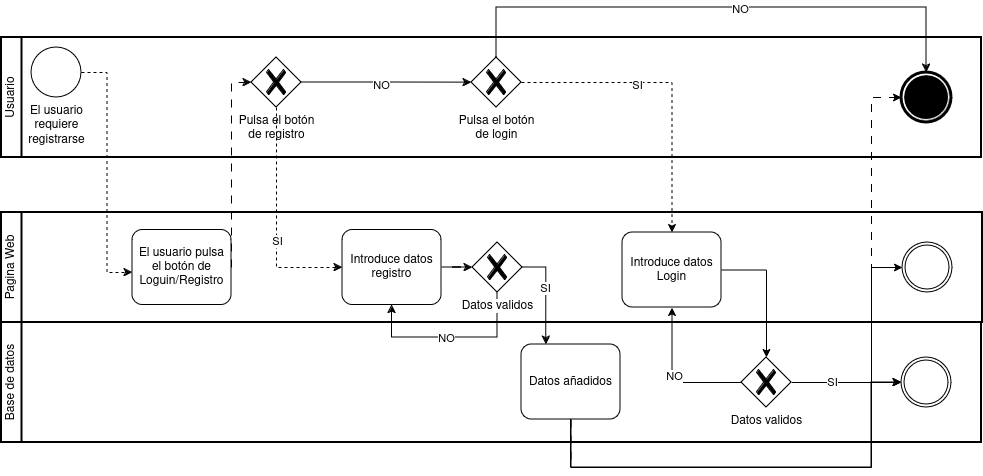
This is BPMN/LoginDrawio.png from luciarinconpozo/Cibercafe, a draw.io export, as it was before one commit. Source tidied: cells renumbered, new cells last; positions are measured from the earlier drawing's top-left corner, leaving out a move shared by most shapes. Its diagram source:
```xml
<mxGraphModel>
  <root>
    <mxCell id="0" />
    <mxCell id="1" parent="0" />
    <mxCell id="2" value="Base de datos" style="swimlane;html=1;startSize=20;fontStyle=0;horizontal=0;swimlaneLine=1;swimlaneFillColor=#ffffff;strokeWidth=2;whiteSpace=wrap;" parent="1" vertex="1">
      <mxGeometry y="315" width="980" height="120" as="geometry" />
    </mxCell>
    <mxCell id="3" value="Datos añadidos" style="rounded=1;whiteSpace=wrap;html=1;absoluteArcSize=1;arcSize=20;horizontal=1;" parent="2" vertex="1">
      <mxGeometry x="520" y="22" width="99" height="75" as="geometry" />
    </mxCell>
    <mxCell id="4" style="edgeStyle=orthogonalEdgeStyle;rounded=0;jettySize=auto;html=1;exitX=1;exitY=0.5;exitDx=0;exitDy=0;exitPerimeter=0;" parent="2" edge="1" source="6" target="7">
      <mxGeometry relative="1" as="geometry" />
    </mxCell>
    <mxCell id="5" value="SI" style="edgeLabel;html=1;align=center;verticalAlign=middle;" parent="4" vertex="1">
      <mxGeometry x="-0.28" y="1" relative="1" as="geometry" />
    </mxCell>
    <mxCell id="6" value="Datos validos" style="points=[[0.25,0.25,0],[0.5,0,0],[0.75,0.25,0],[1,0.5,0],[0.75,0.75,0],[0.5,1,0],[0.25,0.75,0],[0,0.5,0]];shape=mxgraph.bpmn.gateway2;html=1;verticalLabelPosition=bottom;labelBackgroundColor=#ffffff;verticalAlign=top;align=center;perimeter=rhombusPerimeter;outlineConnect=0;outline=none;symbol=none;gwType=exclusive;" parent="2" vertex="1">
      <mxGeometry x="740" y="35" width="50" height="50" as="geometry" />
    </mxCell>
    <mxCell id="7" style="points=[[0.145,0.145,0],[0.5,0,0],[0.855,0.145,0],[1,0.5,0],[0.855,0.855,0],[0.5,1,0],[0.145,0.855,0],[0,0.5,0]];shape=mxgraph.bpmn.event;html=1;verticalLabelPosition=bottom;labelBackgroundColor=#ffffff;verticalAlign=top;align=center;perimeter=ellipsePerimeter;outlineConnect=0;outline=throwing;symbol=general;" parent="2" vertex="1">
      <mxGeometry x="900" y="35" width="50" height="50" as="geometry" />
    </mxCell>
    <mxCell id="8" style="edgeStyle=orthogonalEdgeStyle;rounded=0;jettySize=auto;html=1;exitX=0.5;exitY=1;exitDx=0;exitDy=0;entryX=0;entryY=0.5;entryDx=0;entryDy=0;entryPerimeter=0;" parent="2" edge="1" source="3" target="7">
      <mxGeometry relative="1" as="geometry">
        <Array as="points">
          <mxPoint x="569" y="145" />
          <mxPoint x="870" y="145" />
          <mxPoint x="870" y="60" />
        </Array>
      </mxGeometry>
    </mxCell>
    <mxCell id="9" value="Pagina Web" style="swimlane;html=1;startSize=20;fontStyle=0;horizontal=0;swimlaneLine=1;swimlaneFillColor=#ffffff;strokeWidth=2;whiteSpace=wrap;" parent="1" vertex="1">
      <mxGeometry y="205" width="981" height="110" as="geometry" />
    </mxCell>
    <mxCell id="10" value="&lt;div&gt;El usuario pulsa &lt;br&gt;&lt;/div&gt;&lt;div&gt;el botón de &lt;br&gt;&lt;/div&gt;&lt;div&gt;Loguin/Registro&lt;br&gt;&lt;/div&gt;" style="rounded=1;whiteSpace=wrap;html=1;absoluteArcSize=1;arcSize=20;horizontal=1;" parent="9" vertex="1">
      <mxGeometry x="131" y="17.5" width="99" height="75" as="geometry" />
    </mxCell>
    <mxCell id="11" style="edgeStyle=orthogonalEdgeStyle;rounded=0;jettySize=auto;html=1;exitX=1;exitY=0.5;exitDx=0;exitDy=0;" parent="9" edge="1" source="12" target="15">
      <mxGeometry relative="1" as="geometry" />
    </mxCell>
    <mxCell id="12" value="&lt;div&gt;Introduce datos&lt;/div&gt;&lt;div&gt;registro &lt;br&gt;&lt;/div&gt;" style="rounded=1;whiteSpace=wrap;html=1;absoluteArcSize=1;arcSize=20;horizontal=1;" parent="9" vertex="1">
      <mxGeometry x="341" y="17.5" width="99" height="75" as="geometry" />
    </mxCell>
    <mxCell id="13" style="edgeStyle=orthogonalEdgeStyle;rounded=0;jettySize=auto;html=1;exitX=0.5;exitY=1;exitDx=0;exitDy=0;exitPerimeter=0;entryX=0.5;entryY=1;entryDx=0;entryDy=0;" parent="9" edge="1" source="15" target="12">
      <mxGeometry relative="1" as="geometry">
        <Array as="points">
          <mxPoint x="496" y="125" />
          <mxPoint x="391" y="125" />
        </Array>
      </mxGeometry>
    </mxCell>
    <mxCell id="14" value="NO" style="edgeLabel;html=1;align=center;verticalAlign=middle;" parent="13" vertex="1">
      <mxGeometry x="0.07" relative="1" as="geometry" />
    </mxCell>
    <mxCell id="15" value="Datos validos" style="points=[[0.25,0.25,0],[0.5,0,0],[0.75,0.25,0],[1,0.5,0],[0.75,0.75,0],[0.5,1,0],[0.25,0.75,0],[0,0.5,0]];shape=mxgraph.bpmn.gateway2;html=1;verticalLabelPosition=bottom;labelBackgroundColor=#ffffff;verticalAlign=top;align=center;perimeter=rhombusPerimeter;outlineConnect=0;outline=none;symbol=none;gwType=exclusive;" parent="9" vertex="1">
      <mxGeometry x="471" y="30" width="50" height="50" as="geometry" />
    </mxCell>
    <mxCell id="16" style="points=[[0.145,0.145,0],[0.5,0,0],[0.855,0.145,0],[1,0.5,0],[0.855,0.855,0],[0.5,1,0],[0.145,0.855,0],[0,0.5,0]];shape=mxgraph.bpmn.event;html=1;verticalLabelPosition=bottom;labelBackgroundColor=#ffffff;verticalAlign=top;align=center;perimeter=ellipsePerimeter;outlineConnect=0;outline=throwing;symbol=general;" parent="9" vertex="1">
      <mxGeometry x="901" y="30" width="50" height="50" as="geometry" />
    </mxCell>
    <mxCell id="17" value="&lt;div&gt;Introduce datos&lt;/div&gt;&lt;div&gt;Login&lt;br&gt;&lt;/div&gt;" style="rounded=1;whiteSpace=wrap;html=1;absoluteArcSize=1;arcSize=20;horizontal=1;" parent="9" vertex="1">
      <mxGeometry x="621" y="20" width="99" height="75" as="geometry" />
    </mxCell>
    <mxCell id="18" value="Usuario" style="swimlane;html=1;startSize=20;fontStyle=0;horizontal=0;swimlaneLine=1;swimlaneFillColor=#ffffff;strokeWidth=2;whiteSpace=wrap;" parent="1" vertex="1">
      <mxGeometry y="30" width="980" height="120" as="geometry" />
    </mxCell>
    <mxCell id="19" value="&lt;div&gt;El usuario &lt;br&gt;&lt;/div&gt;&lt;div&gt;requiere &lt;br&gt;&lt;/div&gt;&lt;div&gt;registrarse&lt;br&gt;&lt;/div&gt;" style="points=[[0.145,0.145,0],[0.5,0,0],[0.855,0.145,0],[1,0.5,0],[0.855,0.855,0],[0.5,1,0],[0.145,0.855,0],[0,0.5,0]];shape=mxgraph.bpmn.event;html=1;verticalLabelPosition=bottom;labelBackgroundColor=#ffffff;verticalAlign=top;align=center;perimeter=ellipsePerimeter;outlineConnect=0;outline=standard;symbol=general;" parent="18" vertex="1">
      <mxGeometry x="30" y="10" width="50" height="50" as="geometry" />
    </mxCell>
    <mxCell id="20" style="edgeStyle=orthogonalEdgeStyle;rounded=0;jettySize=auto;html=1;exitX=1;exitY=0.5;exitDx=0;exitDy=0;exitPerimeter=0;" parent="18" edge="1" source="22">
      <mxGeometry relative="1" as="geometry">
        <mxPoint x="470" y="45.1" as="targetPoint" />
      </mxGeometry>
    </mxCell>
    <mxCell id="21" value="NO" style="edgeLabel;html=1;align=center;verticalAlign=middle;" parent="20" vertex="1">
      <mxGeometry x="-0.08" y="-2" relative="1" as="geometry" />
    </mxCell>
    <mxCell id="22" value="&lt;div&gt;Pulsa el botón &lt;br&gt;&lt;/div&gt;&lt;div&gt;de registro&lt;br&gt;&lt;/div&gt;" style="points=[[0.25,0.25,0],[0.5,0,0],[0.75,0.25,0],[1,0.5,0],[0.75,0.75,0],[0.5,1,0],[0.25,0.75,0],[0,0.5,0]];shape=mxgraph.bpmn.gateway2;html=1;verticalLabelPosition=bottom;labelBackgroundColor=#ffffff;verticalAlign=top;align=center;perimeter=rhombusPerimeter;outlineConnect=0;outline=none;symbol=none;gwType=exclusive;" parent="18" vertex="1">
      <mxGeometry x="250" y="20" width="50" height="50" as="geometry" />
    </mxCell>
    <mxCell id="23" value="&lt;div&gt;Pulsa el botón &lt;br&gt;&lt;/div&gt;&lt;div&gt;de login &lt;br&gt;&lt;/div&gt;" style="points=[[0.25,0.25,0],[0.5,0,0],[0.75,0.25,0],[1,0.5,0],[0.75,0.75,0],[0.5,1,0],[0.25,0.75,0],[0,0.5,0]];shape=mxgraph.bpmn.gateway2;html=1;verticalLabelPosition=bottom;labelBackgroundColor=#ffffff;verticalAlign=top;align=center;perimeter=rhombusPerimeter;outlineConnect=0;outline=none;symbol=none;gwType=exclusive;" parent="18" vertex="1">
      <mxGeometry x="470" y="20" width="50" height="50" as="geometry" />
    </mxCell>
    <mxCell id="24" style="points=[[0.145,0.145,0],[0.5,0,0],[0.855,0.145,0],[1,0.5,0],[0.855,0.855,0],[0.5,1,0],[0.145,0.855,0],[0,0.5,0]];shape=mxgraph.bpmn.event;html=1;verticalLabelPosition=bottom;labelBackgroundColor=#ffffff;verticalAlign=top;align=center;perimeter=ellipsePerimeter;outlineConnect=0;outline=end;symbol=terminate;" parent="18" vertex="1">
      <mxGeometry x="900" y="35" width="50" height="50" as="geometry" />
    </mxCell>
    <mxCell id="25" style="edgeStyle=orthogonalEdgeStyle;rounded=0;jettySize=auto;html=1;exitX=0.5;exitY=0;exitDx=0;exitDy=0;exitPerimeter=0;entryX=0.5;entryY=0;entryDx=0;entryDy=0;entryPerimeter=0;" parent="18" edge="1" source="23" target="24">
      <mxGeometry relative="1" as="geometry">
        <Array as="points">
          <mxPoint x="495" y="-30" />
          <mxPoint x="925" y="-30" />
        </Array>
      </mxGeometry>
    </mxCell>
    <mxCell id="26" value="NO" style="edgeLabel;html=1;align=center;verticalAlign=middle;" parent="25" vertex="1">
      <mxGeometry x="0.08" y="-1" relative="1" as="geometry" />
    </mxCell>
    <mxCell id="27" style="edgeStyle=orthogonalEdgeStyle;rounded=0;jettySize=auto;html=1;exitX=1;exitY=0.5;exitDx=0;exitDy=0;exitPerimeter=0;entryX=0;entryY=0.567;entryDx=0;entryDy=0;entryPerimeter=0;dashed=1;" parent="1" edge="1" source="19" target="10">
      <mxGeometry relative="1" as="geometry" />
    </mxCell>
    <mxCell id="28" style="edgeStyle=orthogonalEdgeStyle;rounded=0;jettySize=auto;html=1;exitX=1;exitY=0.5;exitDx=0;exitDy=0;entryX=0;entryY=0.5;entryDx=0;entryDy=0;entryPerimeter=0;dashed=1;dashPattern=8 8;" parent="1" edge="1" source="10" target="22">
      <mxGeometry relative="1" as="geometry">
        <Array as="points">
          <mxPoint x="230" y="235" />
          <mxPoint x="230" y="75" />
        </Array>
      </mxGeometry>
    </mxCell>
    <mxCell id="29" style="edgeStyle=orthogonalEdgeStyle;rounded=0;jettySize=auto;html=1;exitX=0.5;exitY=1;exitDx=0;exitDy=0;exitPerimeter=0;entryX=0;entryY=0.5;entryDx=0;entryDy=0;dashed=1;" parent="1" edge="1" source="22" target="12">
      <mxGeometry relative="1" as="geometry" />
    </mxCell>
    <mxCell id="30" value="SI" style="edgeLabel;html=1;align=center;verticalAlign=middle;" parent="29" vertex="1">
      <mxGeometry x="0.18" relative="1" as="geometry" />
    </mxCell>
    <mxCell id="31" style="edgeStyle=orthogonalEdgeStyle;rounded=0;jettySize=auto;html=1;exitX=1;exitY=0.5;exitDx=0;exitDy=0;exitPerimeter=0;entryX=0.25;entryY=0;entryDx=0;entryDy=0;" parent="1" edge="1" source="15" target="3">
      <mxGeometry relative="1" as="geometry" />
    </mxCell>
    <mxCell id="32" value="SI" style="edgeLabel;html=1;align=center;verticalAlign=middle;" parent="31" vertex="1">
      <mxGeometry x="-0.12" y="-1" relative="1" as="geometry" />
    </mxCell>
    <mxCell id="33" style="edgeStyle=orthogonalEdgeStyle;rounded=0;jettySize=auto;html=1;exitX=0.5;exitY=1;exitDx=0;exitDy=0;entryX=0;entryY=0.5;entryDx=0;entryDy=0;entryPerimeter=0;dashed=1;dashPattern=8 8;" parent="1" edge="1" source="3" target="24">
      <mxGeometry relative="1" as="geometry">
        <Array as="points">
          <mxPoint x="570" y="460" />
          <mxPoint x="870" y="460" />
          <mxPoint x="870" y="90" />
        </Array>
      </mxGeometry>
    </mxCell>
    <mxCell id="34" style="edgeStyle=orthogonalEdgeStyle;rounded=0;jettySize=auto;html=1;exitX=1;exitY=0.5;exitDx=0;exitDy=0;exitPerimeter=0;dashed=1;" parent="1" edge="1" source="23" target="17">
      <mxGeometry relative="1" as="geometry" />
    </mxCell>
    <mxCell id="35" value="SI" style="edgeLabel;html=1;align=center;verticalAlign=middle;" parent="34" vertex="1">
      <mxGeometry x="-0.24" y="-2" relative="1" as="geometry" />
    </mxCell>
    <mxCell id="36" style="edgeStyle=orthogonalEdgeStyle;rounded=0;jettySize=auto;html=1;exitX=1;exitY=0.5;exitDx=0;exitDy=0;entryX=0.5;entryY=0;entryDx=0;entryDy=0;entryPerimeter=0;" parent="1" edge="1" source="17" target="6">
      <mxGeometry relative="1" as="geometry" />
    </mxCell>
    <mxCell id="37" style="edgeStyle=orthogonalEdgeStyle;rounded=0;jettySize=auto;html=1;exitX=0;exitY=0.5;exitDx=0;exitDy=0;exitPerimeter=0;" parent="1" edge="1" source="6" target="17">
      <mxGeometry relative="1" as="geometry" />
    </mxCell>
    <mxCell id="38" value="NO" style="edgeLabel;html=1;align=center;verticalAlign=middle;" parent="37" vertex="1">
      <mxGeometry x="0.05" y="-2" relative="1" as="geometry" />
    </mxCell>
    <mxCell id="39" style="edgeStyle=orthogonalEdgeStyle;rounded=0;jettySize=auto;html=1;exitX=0.5;exitY=1;exitDx=0;exitDy=0;entryX=0;entryY=0.5;entryDx=0;entryDy=0;entryPerimeter=0;" parent="1" edge="1" source="3" target="16">
      <mxGeometry relative="1" as="geometry">
        <Array as="points">
          <mxPoint x="570" y="460" />
          <mxPoint x="870" y="460" />
          <mxPoint x="870" y="260" />
        </Array>
      </mxGeometry>
    </mxCell>
  </root>
</mxGraphModel>
```
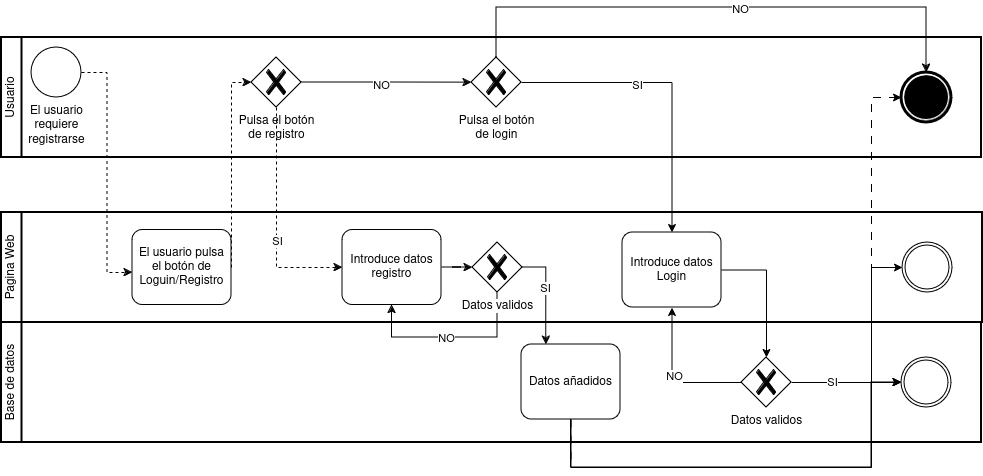
Later version of the same file.

Change to the diagram source:
```diff
@@ -98,7 +98,7 @@
     <mxCell id="27" style="edgeStyle=orthogonalEdgeStyle;rounded=0;jettySize=auto;html=1;exitX=1;exitY=0.5;exitDx=0;exitDy=0;exitPerimeter=0;entryX=0;entryY=0.567;entryDx=0;entryDy=0;entryPerimeter=0;dashed=1;" parent="1" edge="1" source="19" target="10">
       <mxGeometry relative="1" as="geometry" />
     </mxCell>
-    <mxCell id="28" style="edgeStyle=orthogonalEdgeStyle;rounded=0;jettySize=auto;html=1;exitX=1;exitY=0.5;exitDx=0;exitDy=0;entryX=0;entryY=0.5;entryDx=0;entryDy=0;entryPerimeter=0;dashed=1;dashPattern=8 8;" parent="1" edge="1" source="10" target="22">
+    <mxCell id="28" style="edgeStyle=orthogonalEdgeStyle;rounded=0;jettySize=auto;html=1;exitX=1;exitY=0.5;exitDx=0;exitDy=0;entryX=0;entryY=0.5;entryDx=0;entryDy=0;entryPerimeter=0;dashed=1;" parent="1" edge="1" source="10" target="22">
       <mxGeometry relative="1" as="geometry">
         <Array as="points">
           <mxPoint x="230" y="235" />
@@ -127,7 +127,7 @@
         </Array>
       </mxGeometry>
     </mxCell>
-    <mxCell id="34" style="edgeStyle=orthogonalEdgeStyle;rounded=0;jettySize=auto;html=1;exitX=1;exitY=0.5;exitDx=0;exitDy=0;exitPerimeter=0;dashed=1;" parent="1" edge="1" source="23" target="17">
+    <mxCell id="34" style="edgeStyle=orthogonalEdgeStyle;rounded=0;jettySize=auto;html=1;exitX=1;exitY=0.5;exitDx=0;exitDy=0;exitPerimeter=0;" parent="1" edge="1" source="23" target="17">
       <mxGeometry relative="1" as="geometry" />
     </mxCell>
     <mxCell id="35" value="SI" style="edgeLabel;html=1;align=center;verticalAlign=middle;" parent="34" vertex="1">
```
